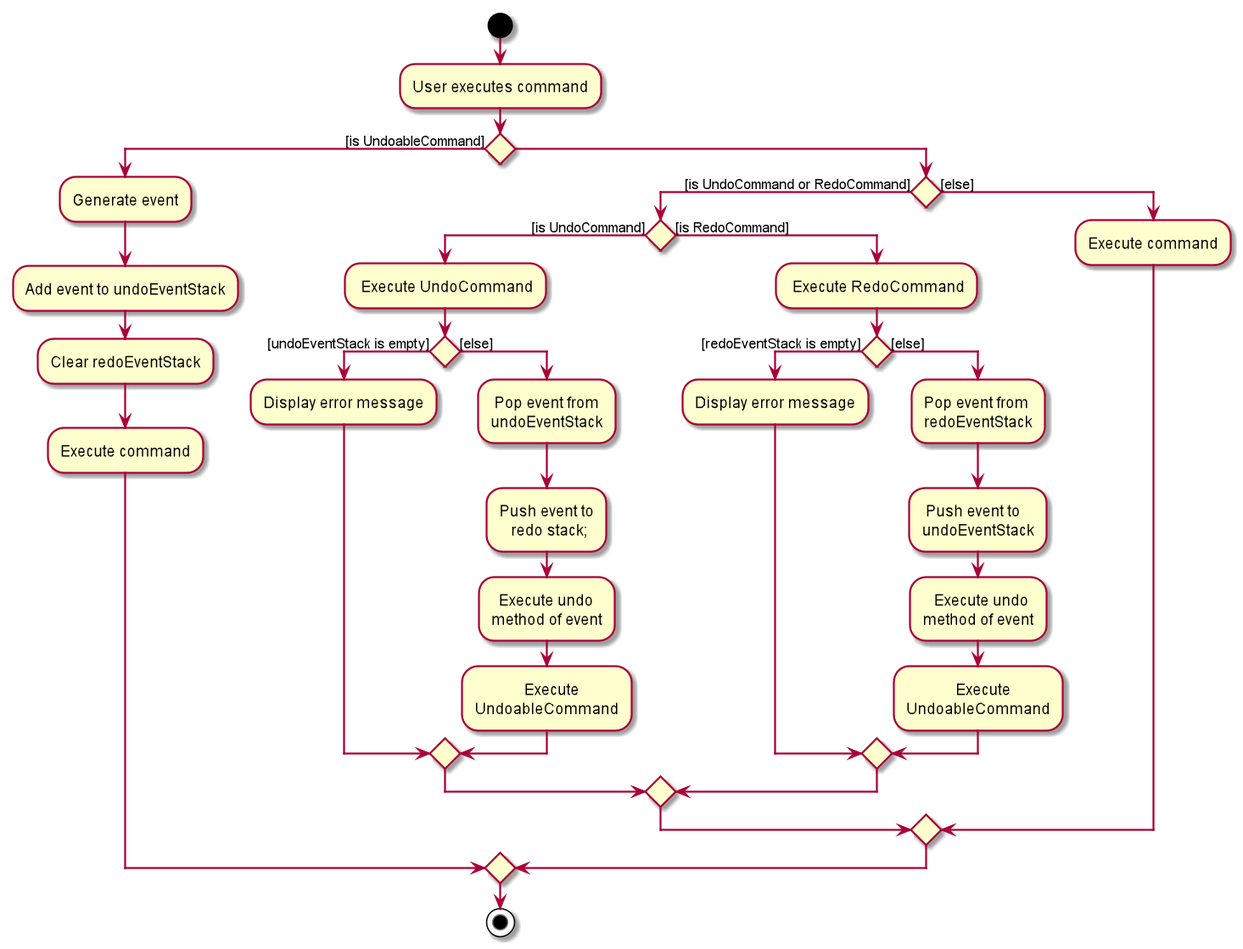
Above: docs/images/UndoRedoActivityDiagram.png in nus-cs2103-AY1920S1/addressbook-level3 (PlantUML), before the change. Source of this version:
```plantuml
@startuml
start
:User executes command;
if () then ([is UndoableCommand])
    :Generate event;
    :Add event to undoEventStack;
    :Clear redoEventStack;
    :Execute command;
else
    if () then ([is UndoCommand or RedoCommand])
        if () then ([is UndoCommand])
            : Execute UndoCommand;
            if () then ([undoEventStack is empty])
                :Display error message;
            else([else])
                : Pop event from
                undoEventStack;
                :Push event to
                   redo stack;
                :  Execute undo
                method of event;
                :             Execute
                UndoableCommand;
            endif
        else([is RedoCommand])
            : Execute RedoCommand;
            if () then ([redoEventStack is empty])
                :Display error message;
            else([else])
                :Pop event from
                redoEventStack;
                : Push event to
                undoEventStack;
                :   Execute undo
                method of event;
                :             Execute
                UndoableCommand;
            endif
         endif
     else([else])
        :Execute command;
    endif
endif
stop
@enduml
```
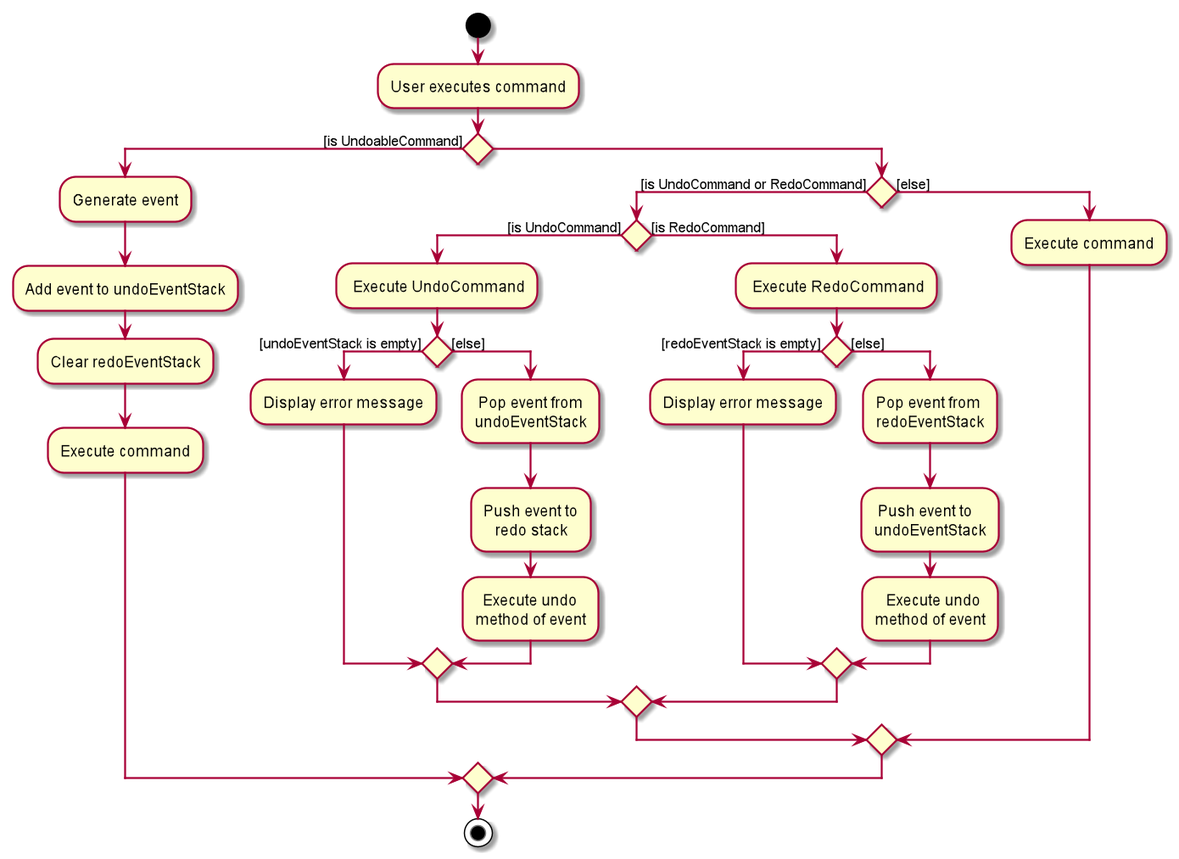
The same file after the commit.

Diff of the diagram source:
```diff
@@ -19,8 +19,6 @@
                    redo stack;
                 :  Execute undo
                 method of event;
-                :             Execute
-                UndoableCommand;
             endif
         else([is RedoCommand])
             : Execute RedoCommand;
@@ -33,8 +31,6 @@
                 undoEventStack;
                 :   Execute undo
                 method of event;
-                :             Execute
-                UndoableCommand;
             endif
          endif
      else([else])
```
